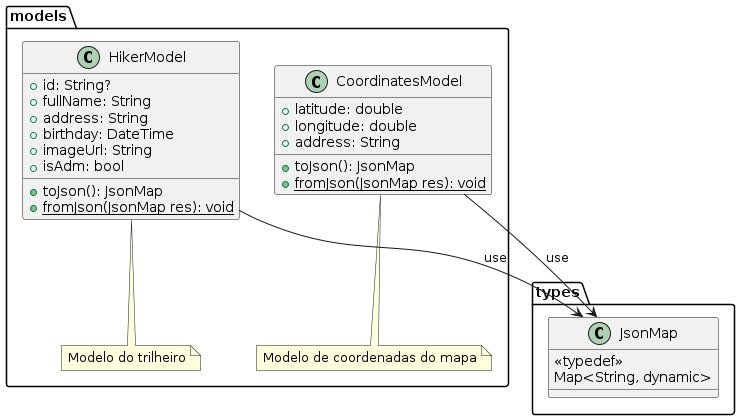
Above: docs/diagrams/out/class_diagrams/pe_na_pedra_class_diagram_1.png in tiagors09/pe_na_pedra (PlantUML), before the change. Its diagram source:
```plantuml
@startuml pe_na_pedra_class_diagram_1
package types {
  class JsonMap {
    <<typedef>>
    Map<String, dynamic>
  }
}

package models {
  note "Modelo do trilheiro" as N1
  note "Modelo de coordenadas do mapa" as N2

  class HikerModel {
    + id: String?
    + fullName: String
    + address: String
    + birthday: DateTime
    + imageUrl: String
    + isAdm: bool
    + toJson(): JsonMap
    + {static} fromJson(JsonMap res): void
  }

  class CoordinatesModel {
    + latitude: double
    + longitude: double
    + address: String
    + toJson(): JsonMap
    + {static} fromJson(JsonMap res): void
  }

  HikerModel .. N1
  CoordinatesModel .. N2

  HikerModel --> JsonMap : use
  CoordinatesModel --> JsonMap : use
}
@enduml
```
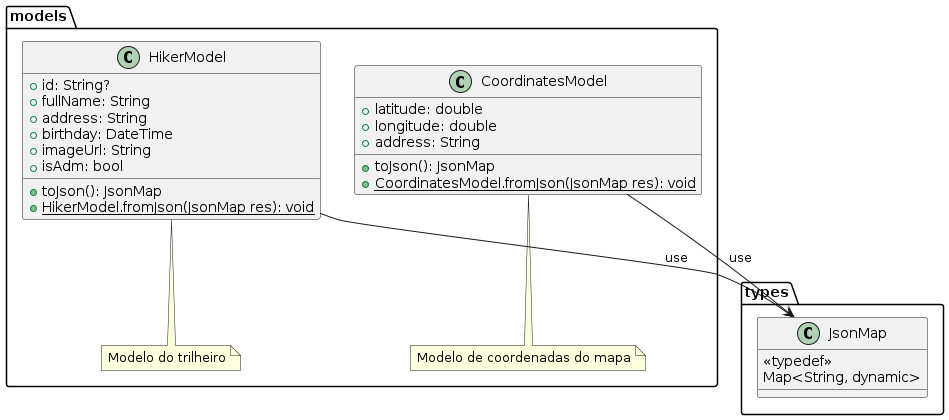
After the commit.

Commit message:
docs: :memo: export diagram to png

The edit, as a diff of the source:
```diff
@@ -18,7 +18,7 @@
     + imageUrl: String
     + isAdm: bool
     + toJson(): JsonMap
-    + {static} fromJson(JsonMap res): void
+    + {static} HikerModel.fromJson(JsonMap res): void
   }
 
   class CoordinatesModel {
@@ -26,7 +26,7 @@
     + longitude: double
     + address: String
     + toJson(): JsonMap
-    + {static} fromJson(JsonMap res): void
+    + {static} CoordinatesModel.fromJson(JsonMap res): void
   }
 
   HikerModel .. N1
```
